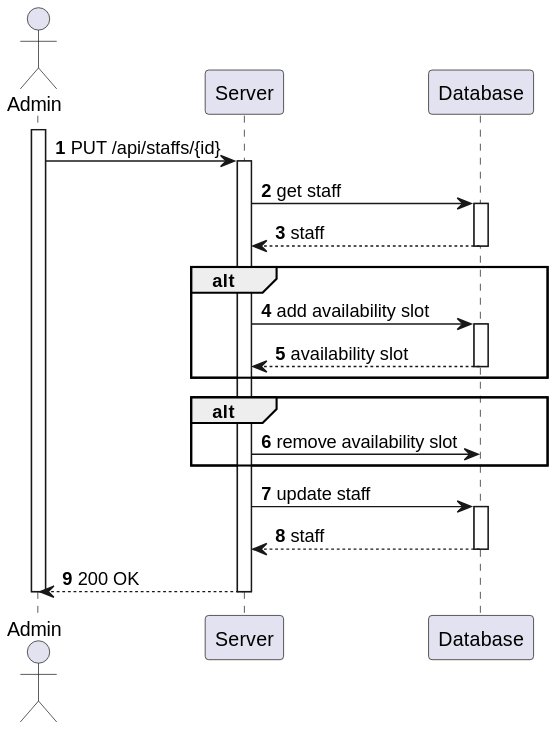
The PlantUML diagram docs/sprint-a/us-5.1.13/views/level3/process-view.svg in 1220846/sem5pi-24-25-3ddg20, before a commit.
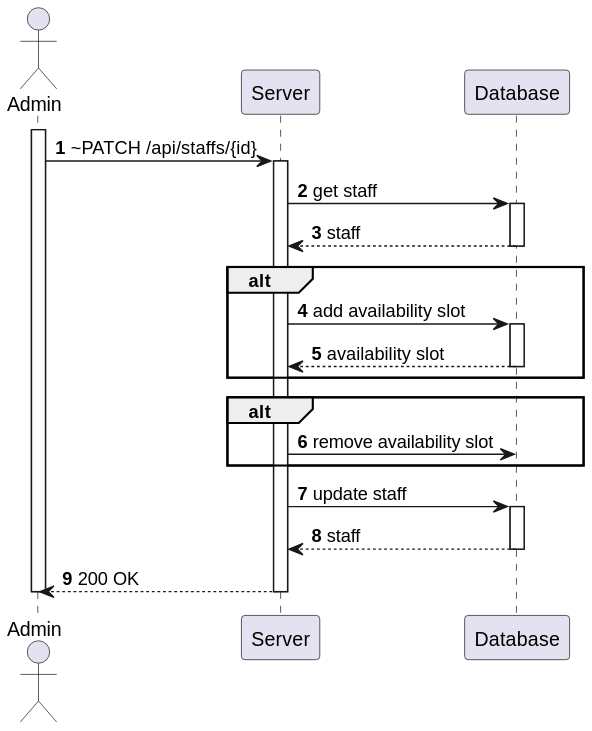
The same diagram one commit later.

What changed in the source:
```diff
@@ -6,7 +6,7 @@
 participant "Database" as db
 
 activate adm
-    adm -> srv : PUT /api/staffs/{id}
+    adm -> srv : ~PATCH /api/staffs/{id}
     activate srv
         srv -> db : get staff
         activate db
```
